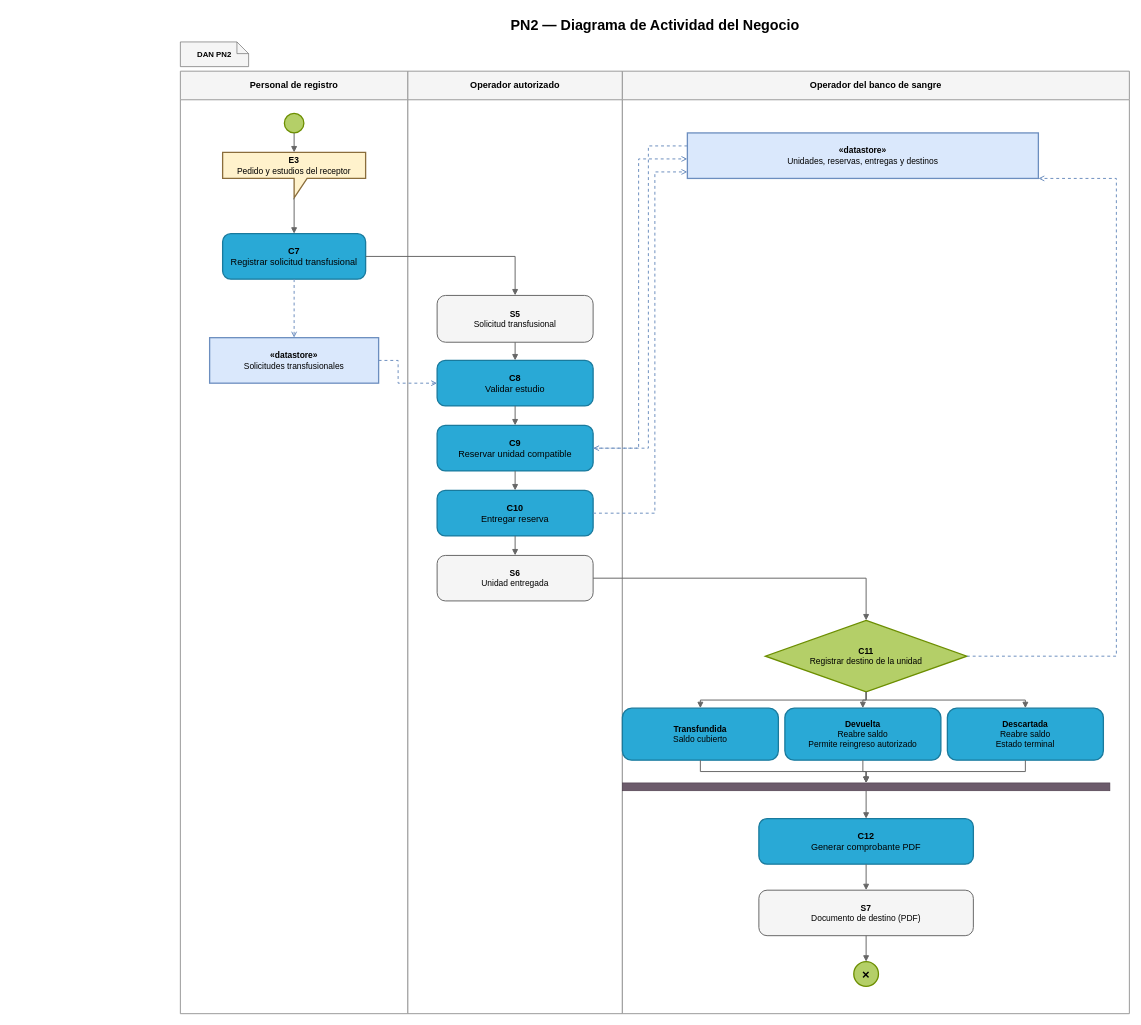
Above: Diagramas/Secuencia de Roles/PN2_DiagramaActividadNegocio.drawio in juanNH/Ingenieria-de-Software (draw.io), before the change. Source tidied: cells renumbered, new cells numbered last; positions are measured from the earlier drawing's top-left corner, leaving out a move shared by most shapes. Both pictures are drawn from the tidied source at 65%, with x=0, y=0 at pixel (180, 11).
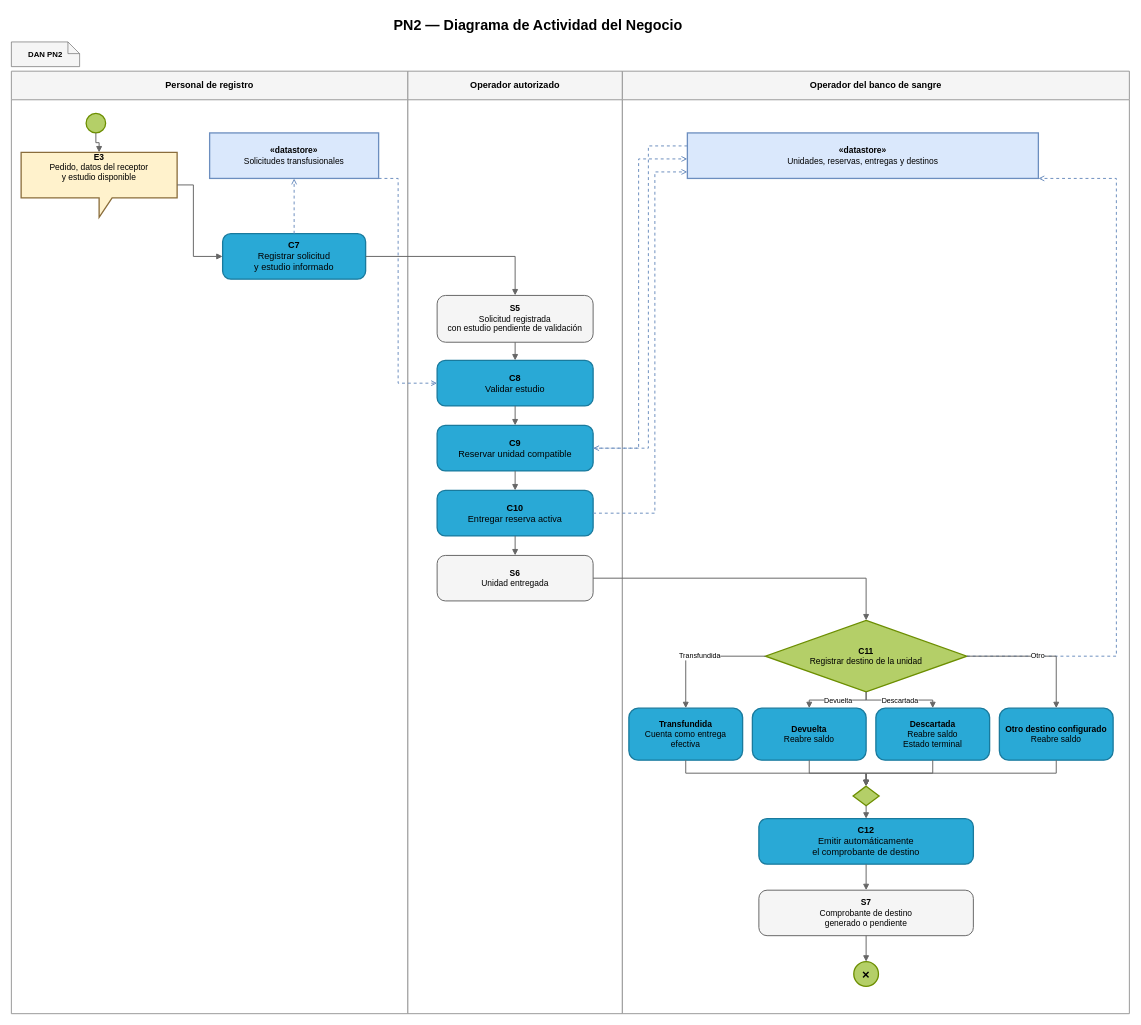
After the change.

The change refers to these unchanged cells:
```xml
<mxCell id="11" value="&lt;b&gt;C8&lt;/b&gt;&lt;br&gt;Validar estudio" style="rounded=1;whiteSpace=wrap;html=1;arcSize=18;fillColor=#29a9d6;strokeColor=#197a9d;strokeWidth=2;fontSize=14;fontFamily=Arial;align=center;verticalAlign=middle;" parent="1" vertex="1">
  <mxGeometry x="395" y="537" width="240" height="70" as="geometry" />
</mxCell>
<mxCell id="15" value="&lt;b&gt;C11&lt;/b&gt;&lt;br&gt;Registrar destino de la unidad" style="rhombus;whiteSpace=wrap;html=1;fillColor=#b4cf68;strokeColor=#6c8e00;strokeWidth=2;fontSize=13;fontFamily=Arial;align=center;verticalAlign=middle;" parent="1" vertex="1">
  <mxGeometry x="900" y="937" width="310" height="110" as="geometry" />
</mxCell>
```

The edit, as a diff of the source:
```diff
@@
     <mxCell id="2" value="PN2 — Diagrama de Actividad del Negocio" style="text;html=1;strokeColor=none;fillColor=none;fontStyle=1;fontSize=22;align=center;verticalAlign=middle;fontFamily=Arial;" parent="1" vertex="1">
-      <mxGeometry x="140" width="1180" height="44" as="geometry" />
+      <mxGeometry x="-40" width="1180" height="44" as="geometry" />
     </mxCell>
     <mxCell id="3" value="DAN PN2" style="shape=note;whiteSpace=wrap;html=1;size=18;fillColor=#f5f5f5;strokeColor=#666666;fontStyle=1;fontSize=12;fontFamily=Arial;align=center;verticalAlign=middle;" parent="1" vertex="1">
-      <mxGeometry y="47" width="105" height="38" as="geometry" />
+      <mxGeometry x="-260" y="47" width="105" height="38" as="geometry" />
     </mxCell>
     <mxCell id="4" value="&lt;b&gt;Personal de registro&lt;/b&gt;" style="swimlane;horizontal=1;startSize=44;whiteSpace=wrap;html=1;rounded=0;fillColor=#f5f5f5;swimlaneFillColor=#ffffff;strokeColor=#999999;strokeWidth=1.5;fontSize=14;fontFamily=Arial;align=center;verticalAlign=middle;" parent="1" vertex="1">
-      <mxGeometry y="92" width="350" height="1450" as="geometry" />
+      <mxGeometry x="-260" y="92" width="610" height="1450" as="geometry" />
     </mxCell>
@@
     <mxCell id="7" style="ellipse;whiteSpace=wrap;html=1;fillColor=#b4cf68;strokeColor=#6c8e00;strokeWidth=2;fontStyle=1;fontSize=20;fontFamily=Arial;align=center;verticalAlign=middle;" parent="1" vertex="1">
-      <mxGeometry x="160" y="157" width="30" height="30" as="geometry" />
+      <mxGeometry x="-145" y="157" width="30" height="30" as="geometry" />
     </mxCell>
-    <mxCell id="8" value="&lt;b&gt;E3&lt;/b&gt;&lt;br&gt;Pedido y estudios del receptor" style="shape=callout;whiteSpace=wrap;html=1;perimeter=rectanglePerimeter;fillColor=#fff2cc;strokeColor=#8a6d3b;strokeWidth=2;fontSize=13;fontFamily=Arial;align=center;verticalAlign=middle;" parent="1" vertex="1">
-      <mxGeometry x="65" y="217" width="220" height="70" as="geometry" />
+    <mxCell id="8" value="&lt;b&gt;E3&lt;/b&gt;&lt;br&gt;Pedido, datos del receptor&lt;br&gt;y estudio disponible" style="shape=callout;whiteSpace=wrap;html=1;perimeter=rectanglePerimeter;fillColor=#fff2cc;strokeColor=#8a6d3b;strokeWidth=2;fontSize=13;fontFamily=Arial;align=center;verticalAlign=middle;spacingBottom=25;" parent="1" vertex="1">
+      <mxGeometry x="-245" y="217" width="240" height="100" as="geometry" />
     </mxCell>
-    <mxCell id="9" value="&lt;b&gt;C7&lt;/b&gt;&lt;br&gt;Registrar solicitud transfusional" style="rounded=1;whiteSpace=wrap;html=1;arcSize=18;fillColor=#29a9d6;strokeColor=#197a9d;strokeWidth=2;fontSize=14;fontFamily=Arial;align=center;verticalAlign=middle;" parent="1" vertex="1">
+    <mxCell id="9" value="&lt;b&gt;C7&lt;/b&gt;&lt;br&gt;Registrar solicitud&lt;br&gt;y estudio informado" style="rounded=1;whiteSpace=wrap;html=1;arcSize=18;fillColor=#29a9d6;strokeColor=#197a9d;strokeWidth=2;fontSize=14;fontFamily=Arial;align=center;verticalAlign=middle;" parent="1" vertex="1">
       <mxGeometry x="65" y="342" width="220" height="70" as="geometry" />
     </mxCell>
-    <mxCell id="10" value="&lt;b&gt;S5&lt;/b&gt;&lt;br&gt;Solicitud transfusional" style="rounded=1;whiteSpace=wrap;html=1;arcSize=18;fillColor=#f5f5f5;strokeColor=#666666;strokeWidth=1.5;fontSize=13;fontFamily=Arial;align=center;verticalAlign=middle;" parent="1" vertex="1">
+    <mxCell id="10" value="&lt;b&gt;S5&lt;/b&gt;&lt;br&gt;Solicitud registrada&lt;br&gt;con estudio pendiente de validación" style="rounded=1;whiteSpace=wrap;html=1;arcSize=18;fillColor=#f5f5f5;strokeColor=#666666;strokeWidth=1.5;fontSize=13;fontFamily=Arial;align=center;verticalAlign=middle;" parent="1" vertex="1">
       <mxGeometry x="395" y="437" width="240" height="72" as="geometry" />
     </mxCell>
@@
-    <mxCell id="13" value="&lt;b&gt;C10&lt;/b&gt;&lt;br&gt;Entregar reserva" style="rounded=1;whiteSpace=wrap;html=1;arcSize=18;fillColor=#29a9d6;strokeColor=#197a9d;strokeWidth=2;fontSize=14;fontFamily=Arial;align=center;verticalAlign=middle;" parent="1" vertex="1">
+    <mxCell id="13" value="&lt;b&gt;C10&lt;/b&gt;&lt;br&gt;Entregar reserva activa" style="rounded=1;whiteSpace=wrap;html=1;arcSize=18;fillColor=#29a9d6;strokeColor=#197a9d;strokeWidth=2;fontSize=14;fontFamily=Arial;align=center;verticalAlign=middle;" parent="1" vertex="1">
       <mxGeometry x="395" y="737" width="240" height="70" as="geometry" />
     </mxCell>
@@
-    <mxCell id="16" value="&lt;b&gt;C12&lt;/b&gt;&lt;br&gt;Generar comprobante PDF" style="rounded=1;whiteSpace=wrap;html=1;arcSize=18;fillColor=#29a9d6;strokeColor=#197a9d;strokeWidth=2;fontSize=14;fontFamily=Arial;align=center;verticalAlign=middle;" parent="1" vertex="1">
+    <mxCell id="16" value="&lt;b&gt;C12&lt;/b&gt;&lt;br&gt;Emitir automáticamente&lt;br&gt;el comprobante de destino" style="rounded=1;whiteSpace=wrap;html=1;arcSize=18;fillColor=#29a9d6;strokeColor=#197a9d;strokeWidth=2;fontSize=14;fontFamily=Arial;align=center;verticalAlign=middle;" parent="1" vertex="1">
       <mxGeometry x="890" y="1242" width="330" height="70" as="geometry" />
     </mxCell>
-    <mxCell id="17" value="&lt;b&gt;S7&lt;/b&gt;&lt;br&gt;Documento de destino (PDF)" style="rounded=1;whiteSpace=wrap;html=1;arcSize=18;fillColor=#f5f5f5;strokeColor=#666666;strokeWidth=1.5;fontSize=13;fontFamily=Arial;align=center;verticalAlign=middle;" parent="1" vertex="1">
+    <mxCell id="17" value="&lt;b&gt;S7&lt;/b&gt;&lt;br&gt;Comprobante de destino&lt;br&gt;generado o pendiente" style="rounded=1;whiteSpace=wrap;html=1;arcSize=18;fillColor=#f5f5f5;strokeColor=#666666;strokeWidth=1.5;fontSize=13;fontFamily=Arial;align=center;verticalAlign=middle;" parent="1" vertex="1">
       <mxGeometry x="890" y="1352" width="330" height="70" as="geometry" />
     </mxCell>
@@
-    <mxCell id="20" style="edgeStyle=orthogonalEdgeStyle;rounded=0;html=1;endArrow=block;endFill=1;strokeColor=#666666;strokeWidth=1.5;fontSize=11;fontFamily=Arial;labelBackgroundColor=#ffffff;exitX=0.5;exitY=1;exitDx=0;exitDy=0;entryX=0.5;entryY=0;entryDx=0;entryDy=0;" parent="1" edge="1" source="8" target="9">
-      <mxGeometry relative="1" as="geometry" />
+    <mxCell id="20" style="edgeStyle=orthogonalEdgeStyle;rounded=0;html=1;endArrow=block;endFill=1;strokeColor=#666666;strokeWidth=1.5;fontSize=11;fontFamily=Arial;labelBackgroundColor=#ffffff;exitX=1;exitY=0.5;exitDx=0;exitDy=0;entryX=0;entryY=0.5;entryDx=0;entryDy=0;" parent="1" edge="1" source="8" target="9">
+      <mxGeometry relative="1" as="geometry">
+        <Array as="points">
+          <mxPoint x="20" y="267" />
+          <mxPoint x="20" y="377" />
+        </Array>
+      </mxGeometry>
     </mxCell>
@@
-    <mxCell id="29" value="&lt;b&gt;Transfundida&lt;/b&gt;&lt;br&gt;Saldo cubierto" style="rounded=1;whiteSpace=wrap;html=1;arcSize=18;fillColor=#29a9d6;strokeColor=#197a9d;strokeWidth=2;fontSize=13;fontFamily=Arial;align=center;verticalAlign=middle;" parent="1" vertex="1">
-      <mxGeometry x="680" y="1072" width="240" height="80" as="geometry" />
+    <mxCell id="29" value="&lt;b&gt;Transfundida&lt;/b&gt;&lt;br&gt;Cuenta como entrega efectiva" style="rounded=1;whiteSpace=wrap;html=1;arcSize=18;fillColor=#29a9d6;strokeColor=#197a9d;strokeWidth=2;fontSize=13;fontFamily=Arial;align=center;verticalAlign=middle;" parent="1" vertex="1">
+      <mxGeometry x="690" y="1072" width="175" height="80" as="geometry" />
     </mxCell>
-    <mxCell id="30" value="&lt;b&gt;Devuelta&lt;/b&gt;&lt;br&gt;Reabre saldo&lt;br&gt;Permite reingreso autorizado" style="rounded=1;whiteSpace=wrap;html=1;arcSize=18;fillColor=#29a9d6;strokeColor=#197a9d;strokeWidth=2;fontSize=13;fontFamily=Arial;align=center;verticalAlign=middle;" parent="1" vertex="1">
-      <mxGeometry x="930" y="1072" width="240" height="80" as="geometry" />
+    <mxCell id="30" value="&lt;b&gt;Devuelta&lt;/b&gt;&lt;br&gt;Reabre saldo" style="rounded=1;whiteSpace=wrap;html=1;arcSize=18;fillColor=#29a9d6;strokeColor=#197a9d;strokeWidth=2;fontSize=13;fontFamily=Arial;align=center;verticalAlign=middle;" parent="1" vertex="1">
+      <mxGeometry x="880" y="1072" width="175" height="80" as="geometry" />
     </mxCell>
     <mxCell id="31" value="&lt;b&gt;Descartada&lt;/b&gt;&lt;br&gt;Reabre saldo&lt;br&gt;Estado terminal" style="rounded=1;whiteSpace=wrap;html=1;arcSize=18;fillColor=#29a9d6;strokeColor=#197a9d;strokeWidth=2;fontSize=13;fontFamily=Arial;align=center;verticalAlign=middle;" parent="1" vertex="1">
-      <mxGeometry x="1180" y="1072" width="240" height="80" as="geometry" />
+      <mxGeometry x="1070" y="1072" width="175" height="80" as="geometry" />
     </mxCell>
-    <mxCell id="32" style="rounded=0;whiteSpace=wrap;html=1;fillColor=#6c5b6b;strokeColor=#4d3d4c;strokeWidth=1;" parent="1" vertex="1">
-      <mxGeometry x="680" y="1187" width="750" height="12" as="geometry" />
+    <mxCell id="32" style="rhombus;whiteSpace=wrap;html=1;fillColor=#b4cf68;strokeColor=#6c8e00;strokeWidth=2;fontSize=13;fontFamily=Arial;align=center;verticalAlign=middle;" parent="1" vertex="1">
+      <mxGeometry x="1035" y="1192" width="40" height="30" as="geometry" />
     </mxCell>
     <mxCell id="33" value="&lt;b&gt;«datastore»&lt;/b&gt;&lt;br&gt;Solicitudes transfusionales" style="rounded=0;whiteSpace=wrap;html=1;fillColor=#dae8fc;strokeColor=#6c8ebf;strokeWidth=2;fontSize=13;fontFamily=Arial;align=center;verticalAlign=middle;" parent="1" vertex="1">
-      <mxGeometry x="45" y="502" width="260" height="70" as="geometry" />
+      <mxGeometry x="45" y="187" width="260" height="70" as="geometry" />
     </mxCell>
@@
-    <mxCell id="35" style="edgeStyle=orthogonalEdgeStyle;rounded=0;html=1;endArrow=block;endFill=1;strokeColor=#666666;strokeWidth=1.5;fontSize=11;fontFamily=Arial;labelBackgroundColor=#ffffff;" parent="1" edge="1" source="15" target="29">
+    <mxCell id="35" value="Transfundida" style="edgeStyle=orthogonalEdgeStyle;rounded=0;html=1;endArrow=block;endFill=1;strokeColor=#666666;strokeWidth=1.5;fontSize=11;fontFamily=Arial;labelBackgroundColor=#ffffff;" parent="1" edge="1" source="15" target="29">
       <mxGeometry relative="1" as="geometry" />
     </mxCell>
-    <mxCell id="36" style="edgeStyle=orthogonalEdgeStyle;rounded=0;html=1;endArrow=block;endFill=1;strokeColor=#666666;strokeWidth=1.5;fontSize=11;fontFamily=Arial;labelBackgroundColor=#ffffff;" parent="1" edge="1" source="15" target="30">
+    <mxCell id="36" value="Devuelta" style="edgeStyle=orthogonalEdgeStyle;rounded=0;html=1;endArrow=block;endFill=1;strokeColor=#666666;strokeWidth=1.5;fontSize=11;fontFamily=Arial;labelBackgroundColor=#ffffff;" parent="1" edge="1" source="15" target="30">
       <mxGeometry relative="1" as="geometry" />
     </mxCell>
-    <mxCell id="37" style="edgeStyle=orthogonalEdgeStyle;rounded=0;html=1;endArrow=block;endFill=1;strokeColor=#666666;strokeWidth=1.5;fontSize=11;fontFamily=Arial;labelBackgroundColor=#ffffff;" parent="1" edge="1" source="15" target="31">
+    <mxCell id="37" value="Descartada" style="edgeStyle=orthogonalEdgeStyle;rounded=0;html=1;endArrow=block;endFill=1;strokeColor=#666666;strokeWidth=1.5;fontSize=11;fontFamily=Arial;labelBackgroundColor=#ffffff;" parent="1" edge="1" source="15" target="31">
       <mxGeometry relative="1" as="geometry" />
     </mxCell>
-    <mxCell id="38" style="edgeStyle=orthogonalEdgeStyle;rounded=0;html=1;endArrow=block;endFill=1;strokeColor=#666666;strokeWidth=1.5;fontSize=11;fontFamily=Arial;labelBackgroundColor=#ffffff;" parent="1" edge="1" source="29" target="32">
-      <mxGeometry relative="1" as="geometry" />
+    <mxCell id="38" style="edgeStyle=orthogonalEdgeStyle;rounded=0;html=1;endArrow=block;endFill=1;strokeColor=#666666;strokeWidth=1.5;fontSize=11;fontFamily=Arial;labelBackgroundColor=#ffffff;exitX=0.5;exitY=1;exitDx=0;exitDy=0;entryX=0.5;entryY=0;entryDx=0;entryDy=0;" parent="1" edge="1" source="29" target="32">
+      <mxGeometry relative="1" as="geometry">
+        <Array as="points">
+          <mxPoint x="777.5" y="1172" />
+          <mxPoint x="1055" y="1172" />
+        </Array>
+      </mxGeometry>
     </mxCell>
-    <mxCell id="39" style="edgeStyle=orthogonalEdgeStyle;rounded=0;html=1;endArrow=block;endFill=1;strokeColor=#666666;strokeWidth=1.5;fontSize=11;fontFamily=Arial;labelBackgroundColor=#ffffff;" parent="1" edge="1" source="30" target="32">
-      <mxGeometry relative="1" as="geometry" />
+    <mxCell id="39" style="edgeStyle=orthogonalEdgeStyle;rounded=0;html=1;endArrow=block;endFill=1;strokeColor=#666666;strokeWidth=1.5;fontSize=11;fontFamily=Arial;labelBackgroundColor=#ffffff;exitX=0.5;exitY=1;exitDx=0;exitDy=0;entryX=0.5;entryY=0;entryDx=0;entryDy=0;" parent="1" edge="1" source="30" target="32">
+      <mxGeometry relative="1" as="geometry">
+        <Array as="points">
+          <mxPoint x="967.5" y="1172" />
+          <mxPoint x="1055" y="1172" />
+        </Array>
+      </mxGeometry>
     </mxCell>
-    <mxCell id="40" style="edgeStyle=orthogonalEdgeStyle;rounded=0;html=1;endArrow=block;endFill=1;strokeColor=#666666;strokeWidth=1.5;fontSize=11;fontFamily=Arial;labelBackgroundColor=#ffffff;" parent="1" edge="1" source="31" target="32">
-      <mxGeometry relative="1" as="geometry" />
+    <mxCell id="40" style="edgeStyle=orthogonalEdgeStyle;rounded=0;html=1;endArrow=block;endFill=1;strokeColor=#666666;strokeWidth=1.5;fontSize=11;fontFamily=Arial;labelBackgroundColor=#ffffff;exitX=0.5;exitY=1;exitDx=0;exitDy=0;entryX=0.5;entryY=0;entryDx=0;entryDy=0;" parent="1" edge="1" source="31" target="32">
+      <mxGeometry relative="1" as="geometry">
+        <Array as="points">
+          <mxPoint x="1157.5" y="1172" />
+          <mxPoint x="1055" y="1172" />
+        </Array>
+      </mxGeometry>
     </mxCell>
@@
-    <mxCell id="42" style="edgeStyle=orthogonalEdgeStyle;rounded=0;html=1;dashed=1;endArrow=open;endFill=0;strokeColor=#6c8ebf;strokeWidth=1.5;exitX=0.5;exitY=1;exitDx=0;exitDy=0;entryX=0.5;entryY=0;entryDx=0;entryDy=0;" parent="1" edge="1" source="9" target="33">
+    <mxCell id="42" style="edgeStyle=orthogonalEdgeStyle;rounded=0;html=1;dashed=1;endArrow=open;endFill=0;strokeColor=#6c8ebf;strokeWidth=1.5;exitX=0.5;exitY=0;exitDx=0;exitDy=0;entryX=0.5;entryY=1;entryDx=0;entryDy=0;" parent="1" edge="1" source="9" target="33">
       <mxGeometry relative="1" as="geometry" />
     </mxCell>
-    <mxCell id="43" style="edgeStyle=orthogonalEdgeStyle;rounded=0;html=1;dashed=1;endArrow=open;endFill=0;strokeColor=#6c8ebf;strokeWidth=1.5;exitX=1;exitY=0.5;exitDx=0;exitDy=0;entryX=0;entryY=0.5;entryDx=0;entryDy=0;" parent="1" edge="1" source="33" target="11">
+    <mxCell id="43" style="edgeStyle=orthogonalEdgeStyle;rounded=0;html=1;dashed=1;endArrow=open;endFill=0;strokeColor=#6c8ebf;strokeWidth=1.5;exitX=1;exitY=1;exitDx=0;exitDy=0;entryX=0;entryY=0.5;entryDx=0;entryDy=0;" parent="1" edge="1" source="33" target="11">
       <mxGeometry relative="1" as="geometry">
         <Array as="points">
-          <mxPoint x="335" y="537" />
+          <mxPoint x="335" y="257" />
           <mxPoint x="335" y="572" />
         </Array>
       </mxGeometry>
     </mxCell>
@@
+    <mxCell id="48" value="&lt;b&gt;Otro destino configurado&lt;/b&gt;&lt;br&gt;Reabre saldo" style="rounded=1;whiteSpace=wrap;html=1;arcSize=18;fillColor=#29a9d6;strokeColor=#197a9d;strokeWidth=2;fontSize=13;fontFamily=Arial;align=center;verticalAlign=middle;" parent="1" vertex="1">
+      <mxGeometry x="1260" y="1072" width="175" height="80" as="geometry" />
+    </mxCell>
+    <mxCell id="49" value="Otro" style="edgeStyle=orthogonalEdgeStyle;rounded=0;html=1;endArrow=block;endFill=1;strokeColor=#666666;strokeWidth=1.5;fontSize=11;fontFamily=Arial;labelBackgroundColor=#ffffff;" parent="1" edge="1" source="15" target="48">
+      <mxGeometry relative="1" as="geometry" />
+    </mxCell>
+    <mxCell id="50" style="edgeStyle=orthogonalEdgeStyle;rounded=0;html=1;endArrow=block;endFill=1;strokeColor=#666666;strokeWidth=1.5;fontSize=11;fontFamily=Arial;labelBackgroundColor=#ffffff;exitX=0.5;exitY=1;exitDx=0;exitDy=0;entryX=0.5;entryY=0;entryDx=0;entryDy=0;" parent="1" edge="1" source="48" target="32">
+      <mxGeometry relative="1" as="geometry">
+        <Array as="points">
+          <mxPoint x="1347.5" y="1172" />
+          <mxPoint x="1055" y="1172" />
+        </Array>
+      </mxGeometry>
+    </mxCell>
```
